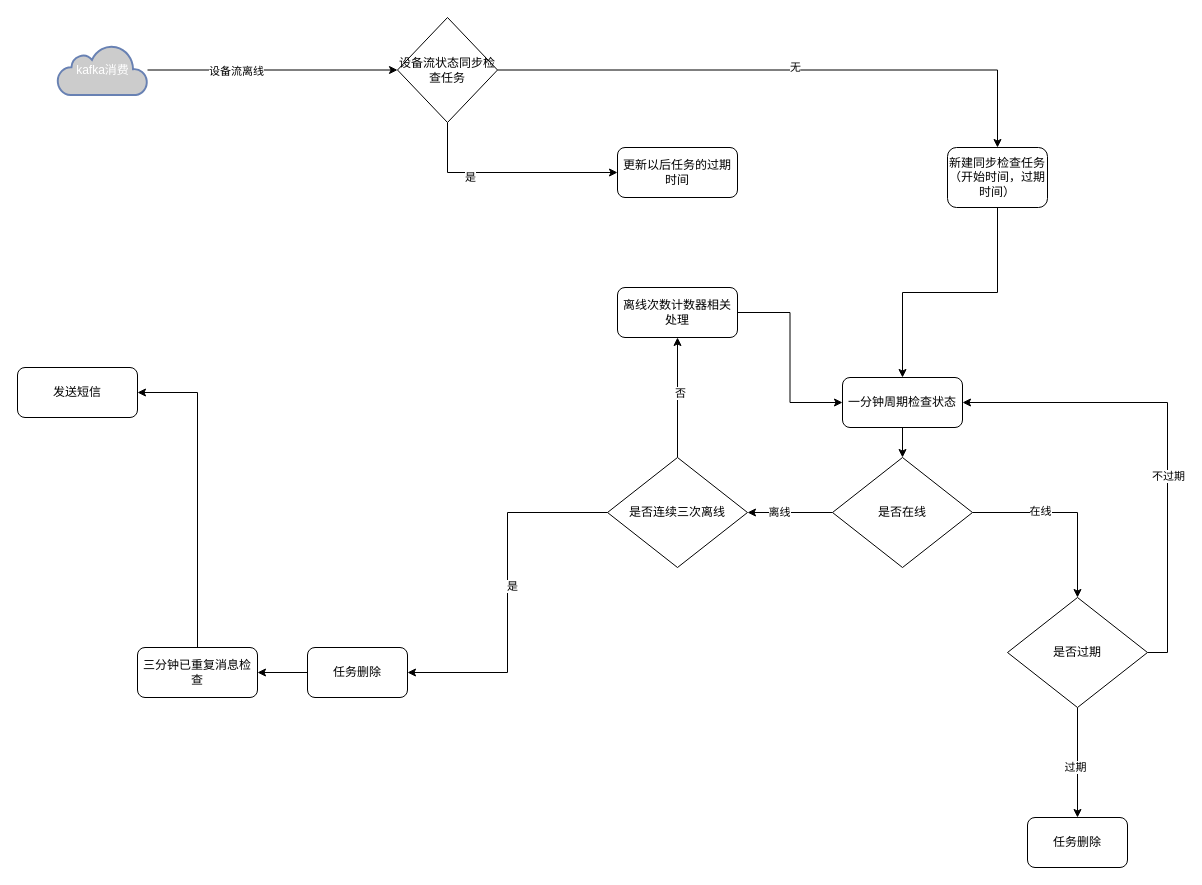
lingpengzhou/diagrams.io keeps this draw.io diagram as 未命名绘图.drawio. Above is the earlier version. Source tidied: cells renumbered, new cells numbered last; positions are measured from the earlier drawing's top-left corner, leaving out a move shared by most shapes. Both pictures are drawn from the tidied source at 100%, with x=0, y=0 at pixel (17, 17).
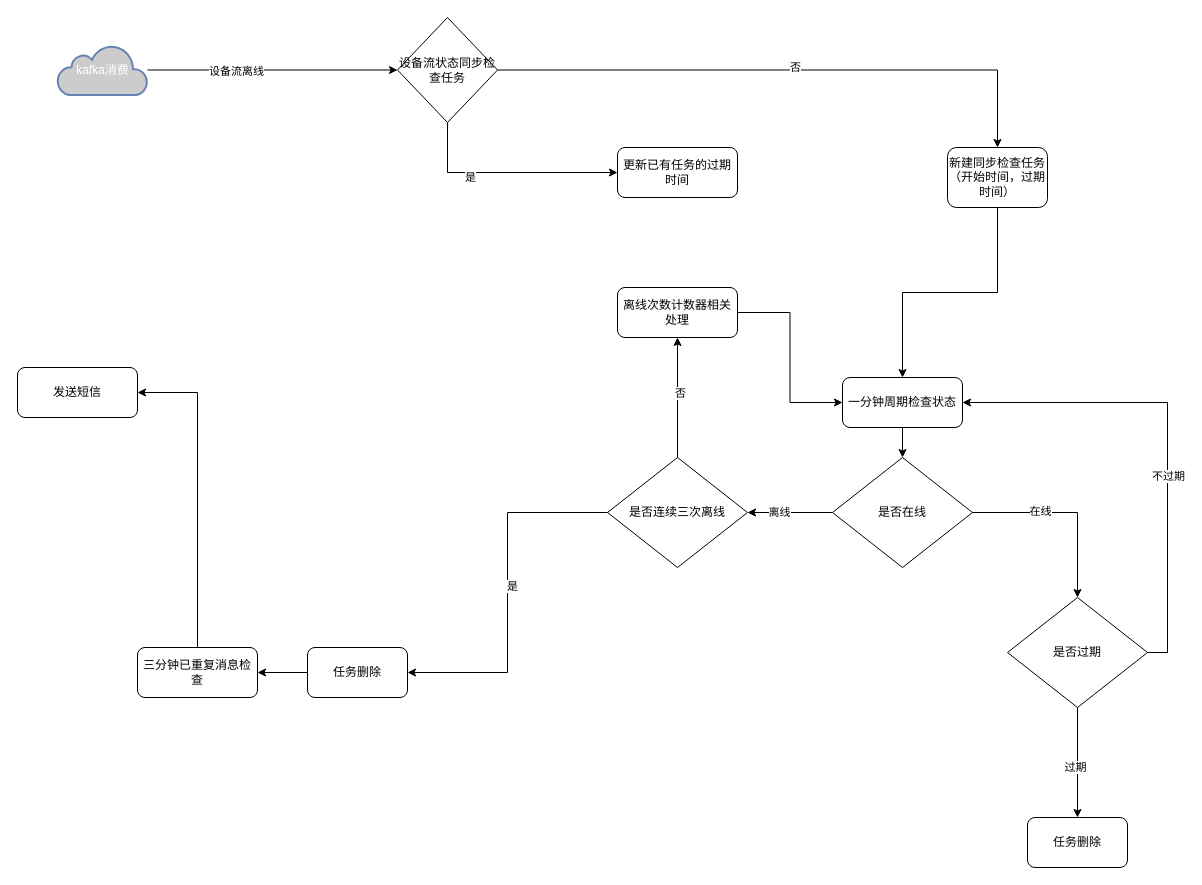
The same page after the edit.

Commit message:
更新未命名绘图.drawio

Unchanged cells that the change refers to:
```xml
<mxCell id="11" style="edgeStyle=orthogonalEdgeStyle;rounded=0;jettySize=auto;html=1;entryX=0.5;entryY=0;entryDx=0;entryDy=0;" parent="1" edge="1" source="15" target="7">
  <mxGeometry relative="1" as="geometry" />
</mxCell>
```

What changed in the source:
```diff
@@
-    <mxCell id="12" value="无" style="edgeLabel;html=1;align=center;verticalAlign=middle;" parent="11" vertex="1">
+    <mxCell id="12" value="否" style="edgeLabel;html=1;align=center;verticalAlign=middle;" parent="11" vertex="1">
       <mxGeometry x="0.03" y="3" relative="1" as="geometry" />
     </mxCell>
@@
-    <mxCell id="37" value="更新以后任务的过期时间" style="rounded=1;whiteSpace=wrap;html=1;" parent="1" vertex="1">
+    <mxCell id="37" value="更新已有任务的过期时间" style="rounded=1;whiteSpace=wrap;html=1;" parent="1" vertex="1">
       <mxGeometry x="600" y="130" width="120" height="50" as="geometry" />
     </mxCell>
```
